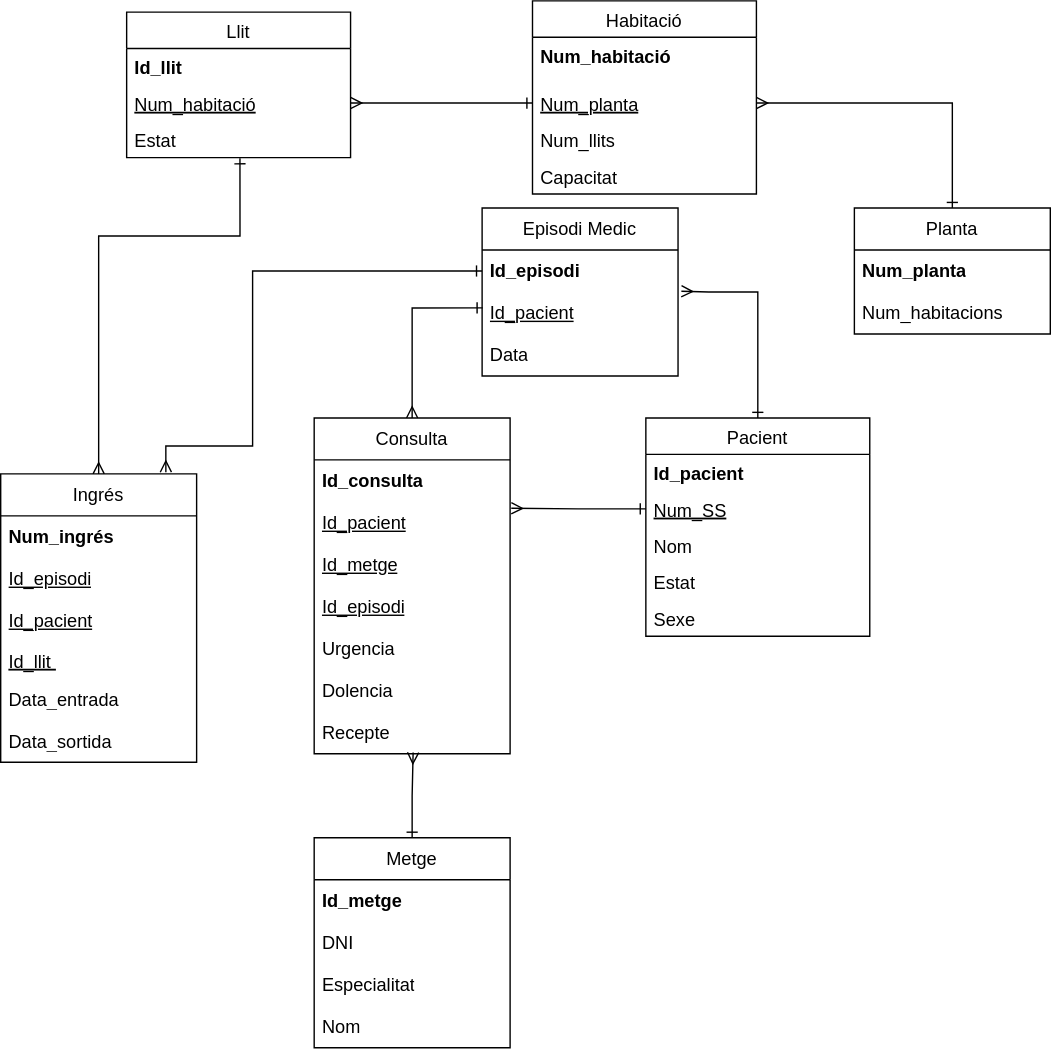
Earlier version of the draw.io export BBDD/Schema/DreamTeamHospitalBBDD.drawio.svg (Kumigaoo/VitalTech_App). Source tidied: cells renumbered, new cells last; positions are measured from the earlier drawing's top-left corner, leaving out a move shared by most shapes.
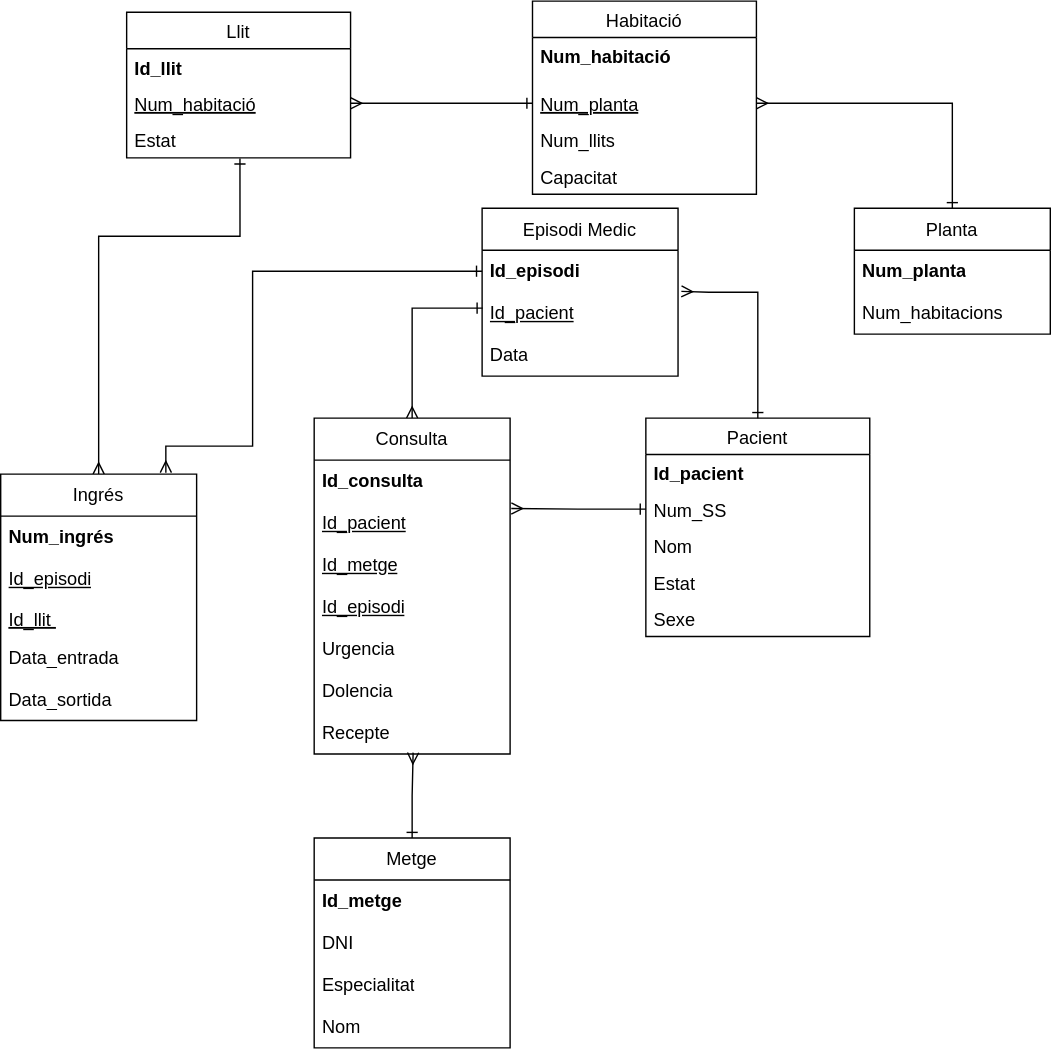
Later version of the same file.

Commit message:
Actualización esquema BD 2

Diff of the diagram source:
```diff
@@ -23,7 +23,7 @@
     <mxCell id="8" value="Id_pacient" style="text;align=left;verticalAlign=top;spacingLeft=4;spacingRight=4;overflow=hidden;fontStyle=1;fontSize=13;" parent="7" vertex="1">
       <mxGeometry y="26" width="160" height="26" as="geometry" />
     </mxCell>
-    <mxCell id="9" value="Num_SS" style="text;align=left;verticalAlign=top;spacingLeft=4;spacingRight=4;overflow=hidden;points=[[0,0.5],[1,0.5]];portConstraint=eastwest;rounded=0;shadow=0;html=0;fontStyle=4;fontSize=13;" parent="7" vertex="1">
+    <mxCell id="9" value="Num_SS" style="text;align=left;verticalAlign=top;spacingLeft=4;spacingRight=4;overflow=hidden;points=[[0,0.5],[1,0.5]];portConstraint=eastwest;rounded=0;shadow=0;html=0;fontStyle=0;fontSize=13;" parent="7" vertex="1">
       <mxGeometry y="52" width="160" height="26" as="geometry" />
     </mxCell>
     <mxCell id="10" value="Nom" style="text;align=left;verticalAlign=top;spacingLeft=4;spacingRight=4;overflow=hidden;rounded=0;shadow=0;html=0;fontStyle=0;fontSize=13;" parent="7" vertex="1">
@@ -74,7 +74,7 @@
       </mxGeometry>
     </mxCell>
     <mxCell id="24" value="Ingrés" style="swimlane;fontStyle=0;horizontal=1;startSize=30;whiteSpace=wrap;html=1;fontSize=13;" parent="1" vertex="1">
-      <mxGeometry y="338" width="140" height="206" as="geometry" />
+      <mxGeometry y="338" width="140" height="176" as="geometry" />
     </mxCell>
     <mxCell id="25" value="&lt;b style=&quot;font-size: 13px;&quot;&gt;Num_ingrés&lt;/b&gt;" style="text;strokeColor=none;fillColor=none;align=left;verticalAlign=middle;spacingLeft=4;spacingRight=4;overflow=hidden;whiteSpace=wrap;html=1;fontStyle=0;fontSize=13;" parent="24" vertex="1">
       <mxGeometry y="30" width="140" height="30" as="geometry" />
@@ -82,17 +82,14 @@
     <mxCell id="26" value="&lt;u style=&quot;font-size: 13px;&quot;&gt;Id_episodi&lt;/u&gt;" style="text;strokeColor=none;fillColor=none;align=left;verticalAlign=middle;spacingLeft=4;spacingRight=4;overflow=hidden;whiteSpace=wrap;html=1;fontStyle=0;fontSize=13;" parent="24" vertex="1">
       <mxGeometry y="60" width="140" height="30" as="geometry" />
     </mxCell>
-    <mxCell id="27" value="&lt;u style=&quot;font-size: 13px;&quot;&gt;Id_pacient&lt;/u&gt;" style="text;strokeColor=none;fillColor=none;align=left;verticalAlign=middle;spacingLeft=4;spacingRight=4;overflow=hidden;whiteSpace=wrap;html=1;fontStyle=0;fontSize=13;" parent="24" vertex="1">
-      <mxGeometry y="90" width="140" height="30" as="geometry" />
-    </mxCell>
     <mxCell id="28" value="Id_llit " style="text;align=left;verticalAlign=top;spacingLeft=4;spacingRight=4;overflow=hidden;rounded=0;shadow=0;html=0;fontStyle=4;fontSize=13;" parent="24" vertex="1">
-      <mxGeometry y="120" width="140" height="26" as="geometry" />
+      <mxGeometry y="90" width="140" height="26" as="geometry" />
     </mxCell>
     <mxCell id="29" value="Data_entrada" style="text;strokeColor=none;fillColor=none;align=left;verticalAlign=middle;spacingLeft=4;spacingRight=4;overflow=hidden;whiteSpace=wrap;html=1;fontStyle=0;fontSize=13;" parent="24" vertex="1">
-      <mxGeometry y="146" width="140" height="30" as="geometry" />
+      <mxGeometry y="116" width="140" height="30" as="geometry" />
     </mxCell>
     <mxCell id="30" value="Data_sortida" style="text;strokeColor=none;fillColor=none;align=left;verticalAlign=middle;spacingLeft=4;spacingRight=4;overflow=hidden;whiteSpace=wrap;html=1;fontStyle=0;fontSize=13;" parent="24" vertex="1">
-      <mxGeometry y="176" width="140" height="30" as="geometry" />
+      <mxGeometry y="146" width="140" height="30" as="geometry" />
     </mxCell>
     <mxCell id="31" value="Planta" style="swimlane;fontStyle=0;horizontal=1;startSize=30;whiteSpace=wrap;html=1;fontSize=13;" parent="1" vertex="1">
       <mxGeometry x="610" y="148" width="140" height="90" as="geometry" />
```
